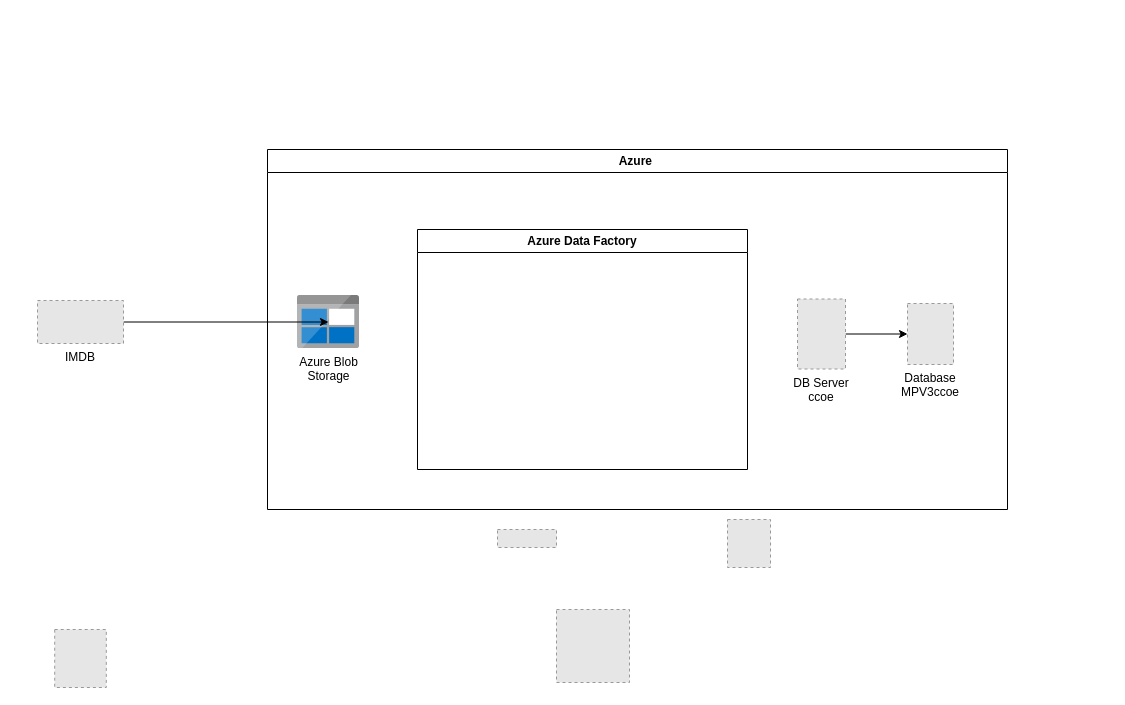
Earlier version of the draw.io diagram Untitled Diagram.drawio (rharkovsky/drawio). Source tidied: cells renumbered, new cells numbered last; positions are measured from the earlier drawing's top-left corner, leaving out a move shared by most shapes. Both pictures are drawn from the tidied source at 100%, with x=0, y=0 at pixel (37, 149). Pictures stored in the file or linked from it are replaced by grey dashed boxes.
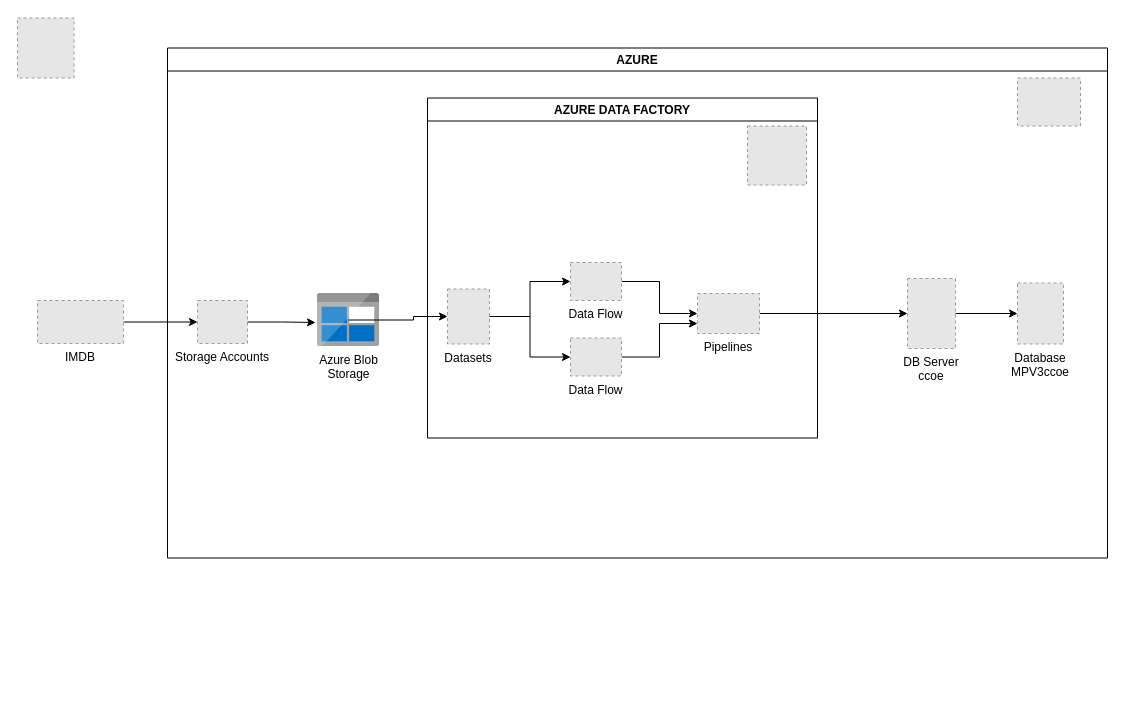
Above is the later version.

What changed in the source:
```diff
@@
+    <mxCell id="14" style="edgeStyle=orthogonalEdgeStyle;rounded=0;jettySize=auto;html=1;" parent="1" edge="1" source="5" target="27">
+      <mxGeometry relative="1" as="geometry" />
+    </mxCell>
+    <mxCell id="5" value="IMDB" style="fillColor=#E6E6E6;strokeColor=#999999;dashed=1;verticalLabelPosition=bottom;labelBackgroundColor=#ffffff;verticalAlign=top;" parent="1" vertex="1">
+      <mxGeometry y="151" width="86" height="43" as="geometry" />
+    </mxCell>
+    <mxCell id="15" style="edgeStyle=orthogonalEdgeStyle;rounded=0;jettySize=auto;html=1;entryX=0;entryY=0.5;entryDx=0;entryDy=0;" parent="1" edge="1" source="16" target="19">
+      <mxGeometry relative="1" as="geometry" />
+    </mxCell>
+    <mxCell id="16" value="Data Flow" style="fillColor=#E6E6E6;strokeColor=#999999;dashed=1;verticalLabelPosition=bottom;labelBackgroundColor=#ffffff;verticalAlign=top;" parent="1" vertex="1">
+      <mxGeometry x="533" y="113" width="51" height="38" as="geometry" />
+    </mxCell>
+    <mxCell id="17" style="fillColor=#E6E6E6;strokeColor=#999999;dashed=1;verticalLabelPosition=bottom;labelBackgroundColor=#ffffff;verticalAlign=top;" parent="1" vertex="1">
+      <mxGeometry x="-20" y="-131.5" width="56.6" height="60" as="geometry" />
+    </mxCell>
+    <mxCell id="18" style="edgeStyle=orthogonalEdgeStyle;rounded=0;jettySize=auto;html=1;exitX=1;exitY=0.5;exitDx=0;exitDy=0;" parent="1" edge="1" source="19" target="12">
+      <mxGeometry relative="1" as="geometry" />
+    </mxCell>
+    <mxCell id="19" value="Pipelines" style="fillColor=#E6E6E6;strokeColor=#999999;dashed=1;verticalLabelPosition=bottom;labelBackgroundColor=#ffffff;verticalAlign=top;" parent="1" vertex="1">
+      <mxGeometry x="660" y="144" width="62" height="40" as="geometry" />
+    </mxCell>
+    <mxCell id="20" style="edgeStyle=orthogonalEdgeStyle;rounded=0;jettySize=auto;html=1;entryX=0;entryY=0.75;entryDx=0;entryDy=0;" parent="1" edge="1" source="21" target="19">
+      <mxGeometry relative="1" as="geometry" />
+    </mxCell>
+    <mxCell id="21" value="Data Flow" style="fillColor=#E6E6E6;strokeColor=#999999;dashed=1;verticalLabelPosition=bottom;labelBackgroundColor=#ffffff;verticalAlign=top;" parent="1" vertex="1">
+      <mxGeometry x="533" y="188.5" width="51" height="38" as="geometry" />
+    </mxCell>
+    <mxCell id="22" style="edgeStyle=orthogonalEdgeStyle;rounded=0;jettySize=auto;html=1;entryX=0;entryY=0.5;entryDx=0;entryDy=0;" parent="1" edge="1" source="24" target="16">
+      <mxGeometry relative="1" as="geometry" />
+    </mxCell>
+    <mxCell id="23" style="edgeStyle=orthogonalEdgeStyle;rounded=0;jettySize=auto;html=1;entryX=0;entryY=0.5;entryDx=0;entryDy=0;" parent="1" edge="1" source="24" target="21">
+      <mxGeometry relative="1" as="geometry" />
+    </mxCell>
+    <mxCell id="24" value="Datasets" style="fillColor=#E6E6E6;strokeColor=#999999;dashed=1;verticalLabelPosition=bottom;labelBackgroundColor=#ffffff;verticalAlign=top;" parent="1" vertex="1">
+      <mxGeometry x="410" y="139.5" width="42" height="55" as="geometry" />
+    </mxCell>
+    <mxCell id="25" value="AZURE DATA FACTORY" style="swimlane;" parent="1" vertex="1">
+      <mxGeometry x="390" y="-51.5" width="390" height="340" as="geometry" />
+    </mxCell>
+    <mxCell id="26" value="AZURE" style="swimlane;" parent="25" vertex="1">
+      <mxGeometry x="-260" y="-50" width="940" height="510" as="geometry" />
+    </mxCell>
-    <mxCell id="2" value="Azure Blob&lt;br&gt;Storage&lt;br&gt;" style="html=1;perimeter=none;align=center;shadow=0;dashed=0;image;fontSize=12;image=img/lib/mscae/BlobBlock.svg;" parent="1" vertex="1">
-      <mxGeometry x="260" y="146" width="62" height="53" as="geometry" />
+    <mxCell id="2" value="Azure Blob&lt;br&gt;Storage&lt;br&gt;" style="html=1;perimeter=none;align=center;shadow=0;dashed=0;image;fontSize=12;image=img/lib/mscae/BlobBlock.svg;" parent="26" vertex="1">
+      <mxGeometry x="150" y="245.5" width="62" height="53" as="geometry" />
     </mxCell>
-    <mxCell id="3" style="fillColor=#E6E6E6;strokeColor=#999999;dashed=1;verticalLabelPosition=bottom;labelBackgroundColor=#ffffff;verticalAlign=top;" parent="1" vertex="1">
-      <mxGeometry x="17.2" y="480" width="51.6" height="58" as="geometry" />
-    </mxCell>
-    <mxCell id="4" style="edgeStyle=orthogonalEdgeStyle;rounded=0;jettySize=auto;html=1;" parent="1" edge="1" source="5" target="2">
-      <mxGeometry relative="1" as="geometry" />
-    </mxCell>
-    <mxCell id="5" value="IMDB" style="fillColor=#E6E6E6;strokeColor=#999999;dashed=1;verticalLabelPosition=bottom;labelBackgroundColor=#ffffff;verticalAlign=top;" parent="1" vertex="1">
-      <mxGeometry y="151" width="86" height="43" as="geometry" />
-    </mxCell>
-    <mxCell id="6" style="fillColor=#E6E6E6;strokeColor=#999999;dashed=1;verticalLabelPosition=bottom;labelBackgroundColor=#ffffff;verticalAlign=top;" parent="1" vertex="1">
-      <mxGeometry x="690" y="370" width="43" height="48" as="geometry" />
-    </mxCell>
-    <mxCell id="7" style="fillColor=#E6E6E6;strokeColor=#999999;dashed=1;verticalLabelPosition=bottom;labelBackgroundColor=#ffffff;verticalAlign=top;" parent="1" vertex="1">
-      <mxGeometry x="460" y="380" width="59" height="18" as="geometry" />
-    </mxCell>
-    <mxCell id="8" style="fillColor=#E6E6E6;strokeColor=#999999;dashed=1;verticalLabelPosition=bottom;labelBackgroundColor=#ffffff;verticalAlign=top;" parent="1" vertex="1">
-      <mxGeometry x="519" y="460" width="73" height="73" as="geometry" />
-    </mxCell>
-    <mxCell id="9" value="Azure&amp;nbsp;" style="swimlane;whiteSpace=wrap;html=1;" parent="1" vertex="1">
-      <mxGeometry x="230" width="740" height="360" as="geometry" />
-    </mxCell>
-    <mxCell id="10" value="Azure Data Factory" style="swimlane;whiteSpace=wrap;html=1;" parent="9" vertex="1">
-      <mxGeometry x="150" y="80" width="330" height="240" as="geometry" />
-    </mxCell>
+    <mxCell id="27" value="Storage Accounts" style="fillColor=#E6E6E6;strokeColor=#999999;dashed=1;verticalLabelPosition=bottom;verticalAlign=top;" parent="26" vertex="1">
+      <mxGeometry x="30" y="252.5" width="50" height="43" as="geometry" />
+    </mxCell>
+    <mxCell id="28" style="edgeStyle=orthogonalEdgeStyle;rounded=0;jettySize=auto;html=1;entryX=-0.032;entryY=0.547;entryDx=0;entryDy=0;entryPerimeter=0;" parent="26" edge="1" source="27" target="2">
+      <mxGeometry relative="1" as="geometry" />
+    </mxCell>
+    <mxCell id="13" value="Database&#10;MPV3ccoe" style="fillColor=#E6E6E6;strokeColor=#999999;dashed=1;verticalLabelPosition=bottom;labelBackgroundColor=#ffffff;verticalAlign=top;" parent="26" vertex="1">
+      <mxGeometry x="850" y="235" width="46" height="61" as="geometry" />
+    </mxCell>
+    <mxCell id="12" value="DB Server&#10;ccoe" style="fillColor=#E6E6E6;strokeColor=#999999;dashed=1;verticalLabelPosition=bottom;labelBackgroundColor=#ffffff;verticalAlign=top;" parent="26" vertex="1">
+      <mxGeometry x="740" y="230.5" width="48" height="70" as="geometry" />
+    </mxCell>
-    <mxCell id="11" style="edgeStyle=orthogonalEdgeStyle;rounded=0;jettySize=auto;html=1;" parent="9" edge="1" source="12" target="13">
+    <mxCell id="11" style="edgeStyle=orthogonalEdgeStyle;rounded=0;jettySize=auto;html=1;" parent="26" edge="1" source="12" target="13">
       <mxGeometry relative="1" as="geometry" />
     </mxCell>
-    <mxCell id="12" value="DB Server&#10;ccoe" style="fillColor=#E6E6E6;strokeColor=#999999;dashed=1;verticalLabelPosition=bottom;labelBackgroundColor=#ffffff;verticalAlign=top;" parent="9" vertex="1">
-      <mxGeometry x="530" y="149.5" width="48" height="70" as="geometry" />
-    </mxCell>
-    <mxCell id="13" value="Database&#10;MPV3ccoe" style="fillColor=#E6E6E6;strokeColor=#999999;dashed=1;verticalLabelPosition=bottom;labelBackgroundColor=#ffffff;verticalAlign=top;" parent="9" vertex="1">
-      <mxGeometry x="640" y="154" width="46" height="61" as="geometry" />
-    </mxCell>
+    <mxCell id="29" style="fillColor=#E6E6E6;strokeColor=#999999;dashed=1;verticalLabelPosition=bottom;labelBackgroundColor=#ffffff;verticalAlign=top;" parent="26" vertex="1">
+      <mxGeometry x="850" y="30" width="63" height="48" as="geometry" />
+    </mxCell>
+    <mxCell id="30" style="fillColor=#E6E6E6;strokeColor=#999999;dashed=1;verticalLabelPosition=bottom;labelBackgroundColor=#ffffff;verticalAlign=top;" parent="26" vertex="1">
+      <mxGeometry x="580" y="78" width="59" height="59" as="geometry" />
+    </mxCell>
+    <mxCell id="31" style="edgeStyle=orthogonalEdgeStyle;rounded=0;jettySize=auto;html=1;entryX=0;entryY=0.5;entryDx=0;entryDy=0;" parent="1" edge="1" source="2" target="24">
+      <mxGeometry relative="1" as="geometry" />
+    </mxCell>
```
